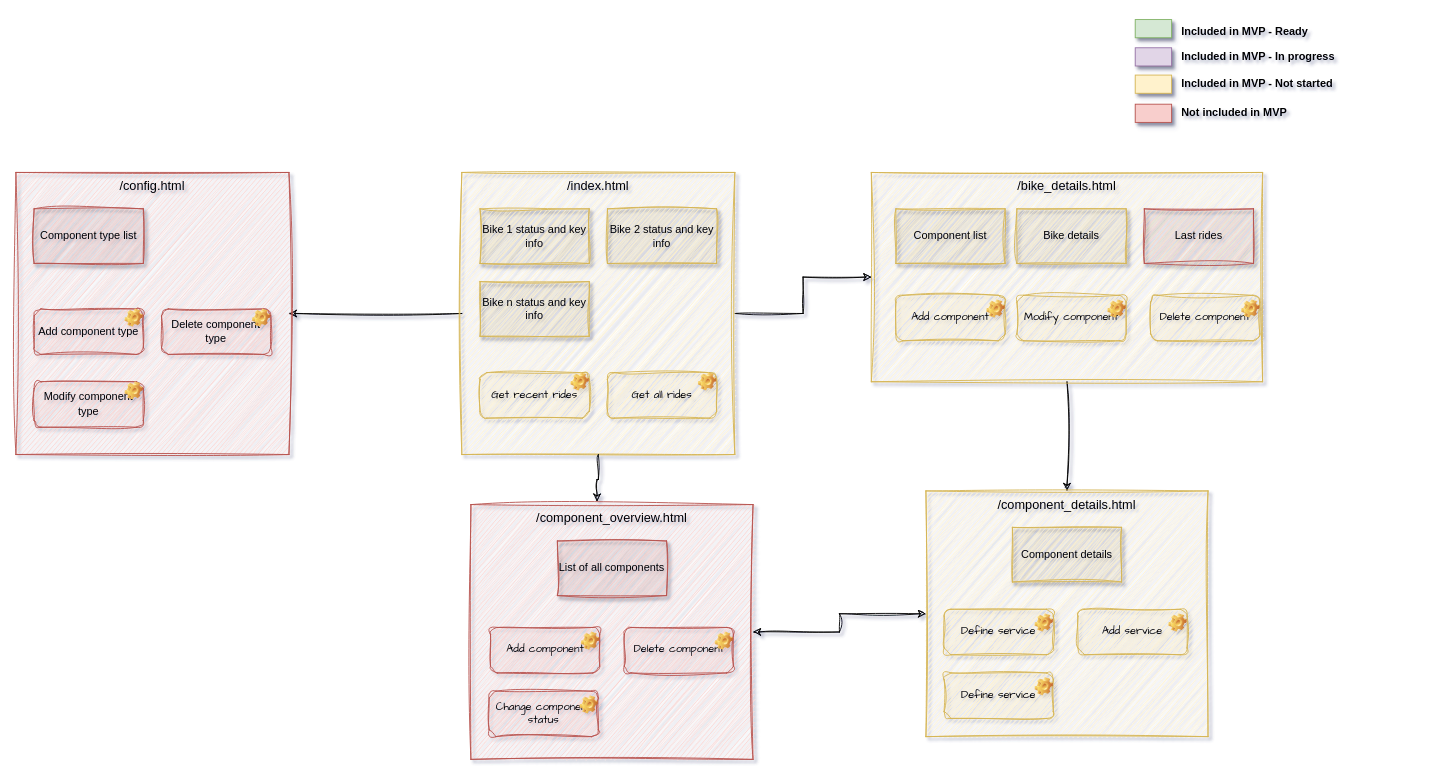
Earlier version of the draw.io diagram page "Desktop GUI" (4 of 5) of docs/all_diagrams.drawio (xivind/velo-supervisor-2000). Source tidied: cells renumbered, new cells numbered last; positions are measured from the earlier drawing's top-left corner, leaving out a move shared by most shapes. Both pictures are drawn from the tidied source at 91%, with x=0, y=0 at pixel (15, 17).
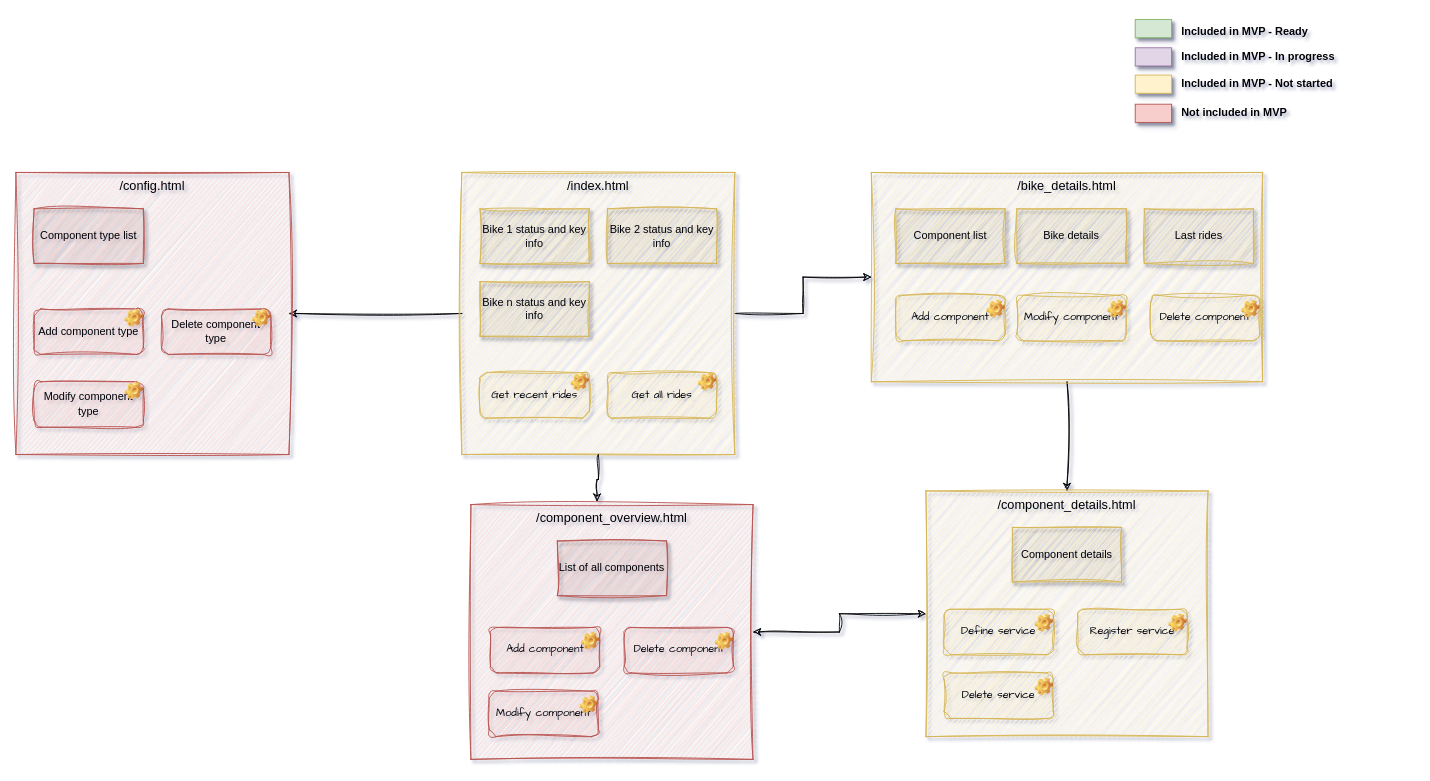
The same diagram, later.

Commit message:
Changes to desktop gui sketches

Change to the diagram source:
```diff
@@
-    <mxCell id="12" value="Last rides" style="rounded=0;whiteSpace=wrap;html=1;sketch=1;curveFitting=1;jiggle=2;shadow=1;fillColor=#f8cecc;strokeColor=#b85450;" parent="1" vertex="1">
+    <mxCell id="12" value="Last rides" style="rounded=0;whiteSpace=wrap;html=1;sketch=1;curveFitting=1;jiggle=2;shadow=1;fillColor=#fff2cc;strokeColor=#d6b656;" parent="1" vertex="1">
       <mxGeometry x="1240" y="210" width="120" height="60" as="geometry" />
     </mxCell>
@@
-    <mxCell id="28" value="Add service" style="rounded=1;whiteSpace=wrap;html=1;sketch=1;hachureGap=4;jiggle=2;curveFitting=1;fontFamily=Architects Daughter;fillColor=#fff2cc;strokeColor=#d6b656;" parent="1" vertex="1">
+    <mxCell id="28" value="Register service" style="rounded=1;whiteSpace=wrap;html=1;sketch=1;hachureGap=4;jiggle=2;curveFitting=1;fontFamily=Architects Daughter;fillColor=#fff2cc;strokeColor=#d6b656;" parent="1" vertex="1">
       <mxGeometry x="1167" y="650" width="120" height="50" as="geometry" />
     </mxCell>
@@
-    <mxCell id="30" value="Change component status" style="rounded=1;whiteSpace=wrap;html=1;sketch=1;hachureGap=4;jiggle=2;curveFitting=1;fontFamily=Architects Daughter;fillColor=#f8cecc;strokeColor=#b85450;" parent="1" vertex="1">
+    <mxCell id="30" value="Modify component" style="rounded=1;whiteSpace=wrap;html=1;sketch=1;hachureGap=4;jiggle=2;curveFitting=1;fontFamily=Architects Daughter;fillColor=#f8cecc;strokeColor=#b85450;" parent="1" vertex="1">
       <mxGeometry x="520" y="740" width="120" height="50" as="geometry" />
     </mxCell>
@@
-    <mxCell id="55" value="Define service" style="rounded=1;whiteSpace=wrap;html=1;sketch=1;hachureGap=4;jiggle=2;curveFitting=1;fontFamily=Architects Daughter;fillColor=#fff2cc;strokeColor=#d6b656;" parent="1" vertex="1">
+    <mxCell id="55" value="Delete service" style="rounded=1;whiteSpace=wrap;html=1;sketch=1;hachureGap=4;jiggle=2;curveFitting=1;fontFamily=Architects Daughter;fillColor=#fff2cc;strokeColor=#d6b656;" parent="1" vertex="1">
       <mxGeometry x="1020" y="720" width="120" height="50" as="geometry" />
     </mxCell>
```
